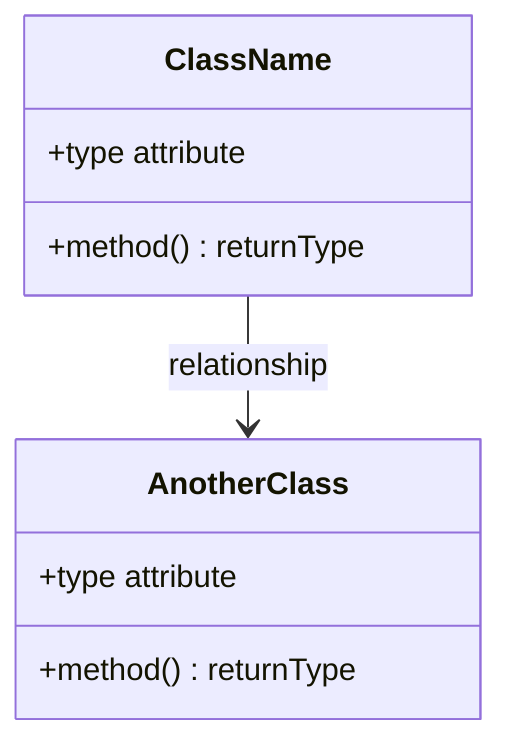
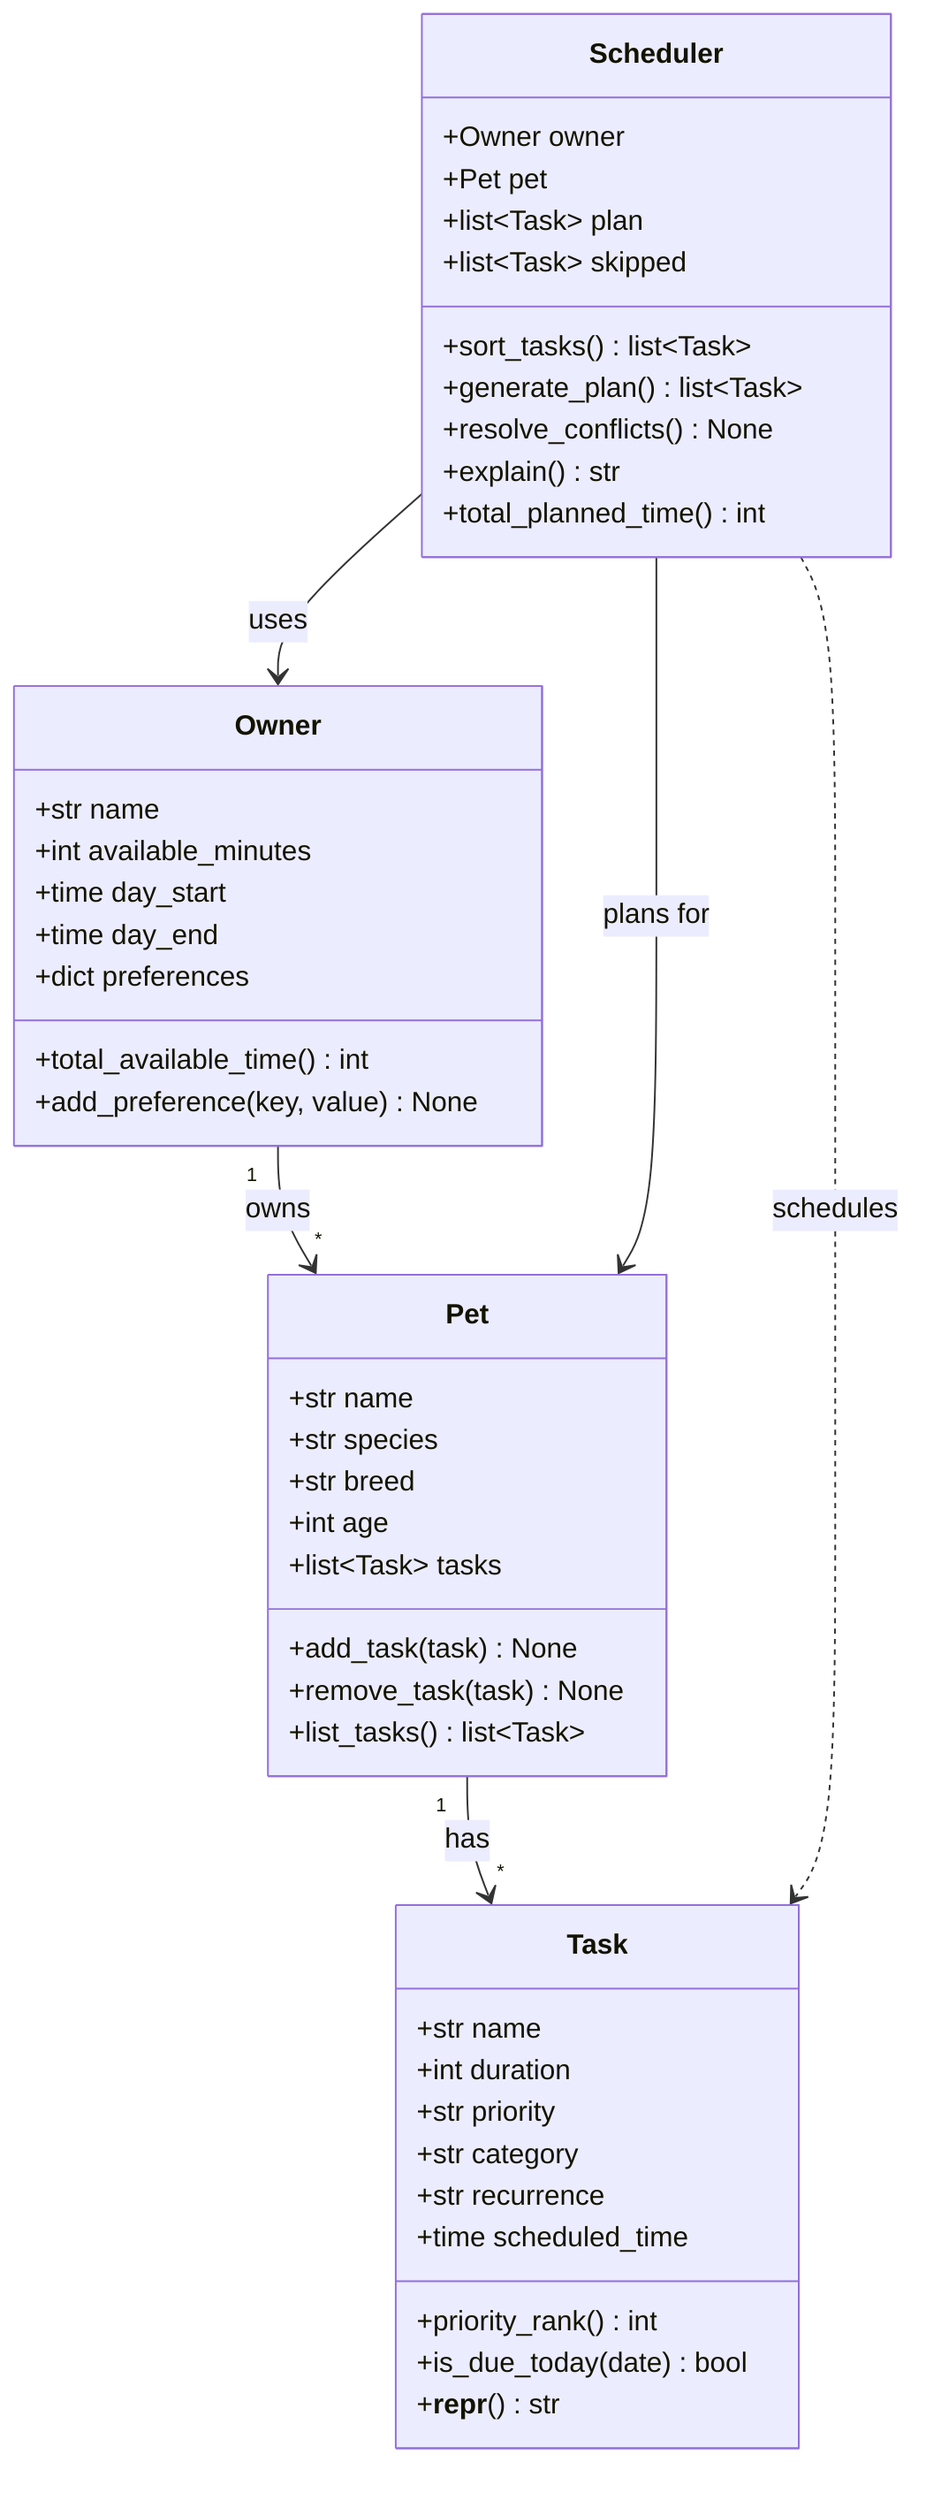
classDiagram
-     %% Replace the placeholders below with your actual classes, attributes, methods, and relationships.
-     %% Keep this file updated so it matches your final implementation.
+     %% PawPal+ — daily pet care planner
+     %% Owner has Pet(s); Pet owns its care Tasks; Scheduler builds a daily plan.

-     class ClassName {
-         +type attribute
-         +method() returnType
+     class Owner {
+         +str name
+         +int available_minutes
+         +time day_start
+         +time day_end
+         +dict preferences
+         +total_available_time() int
+         +add_preference(key, value) None
    }

-     class AnotherClass {
-         +type attribute
-         +method() returnType
+     class Pet {
+         +str name
+         +str species
+         +str breed
+         +int age
+         +list~Task~ tasks
+         +add_task(task) None
+         +remove_task(task) None
+         +list_tasks() list~Task~
    }

-     ClassName --> AnotherClass : relationship
+     class Task {
+         +str name
+         +int duration
+         +str priority
+         +str category
+         +str recurrence
+         +time scheduled_time
+         +priority_rank() int
+         +is_due_today(date) bool
+         +__repr__() str
+     }
+ 
+     class Scheduler {
+         +Owner owner
+         +Pet pet
+         +list~Task~ plan
+         +list~Task~ skipped
+         +sort_tasks() list~Task~
+         +generate_plan() list~Task~
+         +resolve_conflicts() None
+         +explain() str
+         +total_planned_time() int
+     }
+ 
+     Owner "1" --> "*" Pet : owns
+     Pet "1" --> "*" Task : has
+     Scheduler --> Owner : uses
+     Scheduler --> Pet : plans for
+     Scheduler ..> Task : schedules
